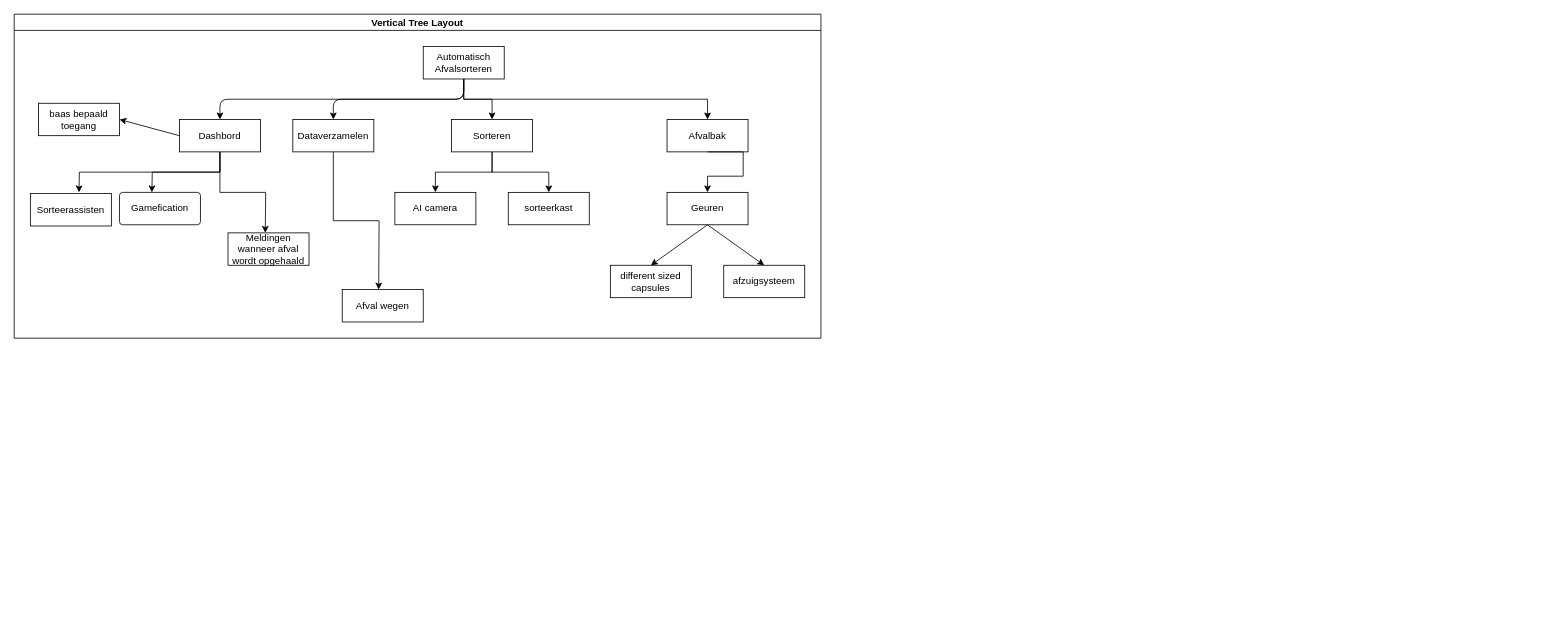
This is Diagram zonder titel.drawio from RA1035813/Skill, a draw.io file, before an edit. Source tidied: cells renumbered, new cells numbered last; positions are measured from the earlier drawing's top-left corner, leaving out a move shared by most shapes. Both pictures are drawn from the tidied source at 81%, with x=0, y=0 at pixel (14, 14).
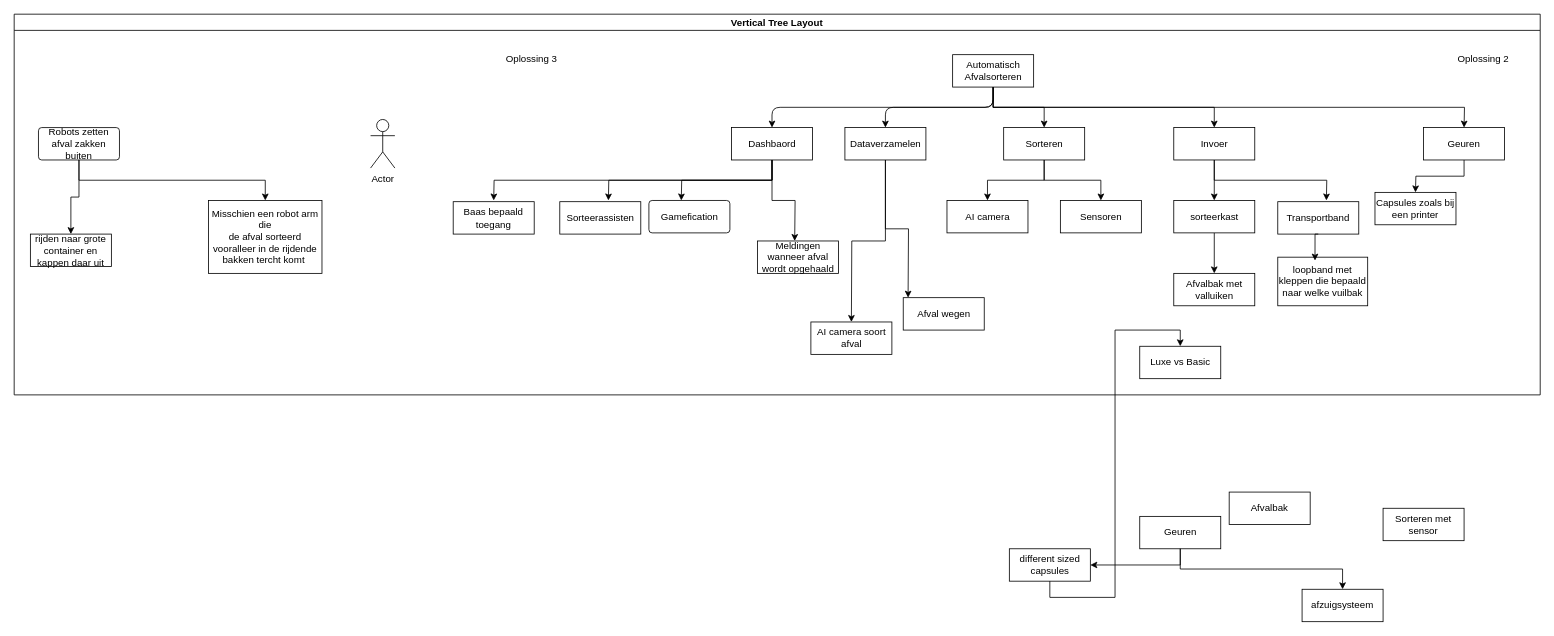
Above is the later version.

What changed in the source:
```diff
@@
     <mxCell id="2" value="Vertical Tree Layout" style="swimlane;startSize=20;horizontal=1;horizontalTree=0;sortEdges=1;containerType=tree;fontSize=12;" parent="1" vertex="1">
-      <mxGeometry width="996" height="400" as="geometry" />
+      <mxGeometry width="1884" height="470" as="geometry" />
     </mxCell>
@@
-    <mxCell id="4" style="edgeStyle=orthogonalEdgeStyle;rounded=0;jettySize=auto;html=1;exitX=0.5;exitY=1;exitDx=0;exitDy=0;" parent="2" edge="1" source="5" target="21">
-      <mxGeometry relative="1" as="geometry" />
-    </mxCell>
+    <mxCell id="32" style="edgeStyle=orthogonalEdgeStyle;rounded=0;jettySize=auto;html=1;exitX=0.5;exitY=1;exitDx=0;exitDy=0;entryX=0.5;entryY=0;entryDx=0;entryDy=0;" parent="2" edge="1" source="5" target="53">
+      <mxGeometry relative="1" as="geometry" />
+    </mxCell>
+    <mxCell id="33" style="edgeStyle=orthogonalEdgeStyle;rounded=0;jettySize=auto;html=1;exitX=0.5;exitY=1;exitDx=0;exitDy=0;" parent="2" edge="1" source="5">
+      <mxGeometry relative="1" as="geometry">
+        <mxPoint x="1790" y="140" as="targetPoint" />
+      </mxGeometry>
+    </mxCell>
     <mxCell id="5" value="Automatisch Afvalsorteren" style="whiteSpace=wrap;html=1;" parent="2" vertex="1">
-      <mxGeometry x="505" y="40" width="100" height="40" as="geometry" />
+      <mxGeometry x="1158.6" y="50" width="100" height="40" as="geometry" />
     </mxCell>
     <mxCell id="6" style="edgeStyle=orthogonalEdgeStyle;rounded=0;jettySize=auto;html=1;exitX=0.5;exitY=1;exitDx=0;exitDy=0;" parent="2" edge="1" source="8">
       <mxGeometry relative="1" as="geometry">
-        <mxPoint x="80" y="220" as="targetPoint" />
+        <mxPoint x="733.6" y="230" as="targetPoint" />
       </mxGeometry>
     </mxCell>
     <mxCell id="7" style="edgeStyle=orthogonalEdgeStyle;rounded=0;jettySize=auto;html=1;exitX=0.5;exitY=1;exitDx=0;exitDy=0;" parent="2" edge="1" source="8">
       <mxGeometry relative="1" as="geometry">
-        <mxPoint x="310" y="270" as="targetPoint" />
+        <mxPoint x="963.6" y="280" as="targetPoint" />
       </mxGeometry>
     </mxCell>
+    <mxCell id="34" style="edgeStyle=orthogonalEdgeStyle;rounded=0;jettySize=auto;html=1;exitX=0.5;exitY=1;exitDx=0;exitDy=0;" parent="2" edge="1" source="8">
+      <mxGeometry relative="1" as="geometry">
+        <mxPoint x="592" y="230" as="targetPoint" />
+      </mxGeometry>
+    </mxCell>
-    <mxCell id="8" value="Dashbord" style="whiteSpace=wrap;html=1;" parent="2" vertex="1">
-      <mxGeometry x="204" y="130" width="100" height="40" as="geometry" />
+    <mxCell id="8" value="Dashbaord" style="whiteSpace=wrap;html=1;" parent="2" vertex="1">
+      <mxGeometry x="885.6" y="140" width="100" height="40" as="geometry" />
     </mxCell>
@@
     <mxCell id="10" style="edgeStyle=orthogonalEdgeStyle;rounded=0;jettySize=auto;html=1;exitX=0.5;exitY=1;exitDx=0;exitDy=0;" parent="2" edge="1" source="11">
       <mxGeometry relative="1" as="geometry">
-        <mxPoint x="450" y="340" as="targetPoint" />
+        <mxPoint x="1103.6" y="350" as="targetPoint" />
       </mxGeometry>
     </mxCell>
+    <mxCell id="35" style="edgeStyle=orthogonalEdgeStyle;rounded=0;jettySize=auto;html=1;exitX=0.5;exitY=1;exitDx=0;exitDy=0;" parent="2" edge="1" source="11">
+      <mxGeometry relative="1" as="geometry">
+        <mxPoint x="1033.6" y="380" as="targetPoint" />
+      </mxGeometry>
+    </mxCell>
     <mxCell id="11" value="Dataverzamelen" style="whiteSpace=wrap;html=1;" parent="2" vertex="1">
-      <mxGeometry x="344" y="130" width="100" height="40" as="geometry" />
+      <mxGeometry x="1025.6" y="140" width="100" height="40" as="geometry" />
     </mxCell>
@@
     <mxCell id="13" value="Gamefication" style="rounded=1;arcSize=10;whiteSpace=wrap;html=1;align=center;" parent="2" vertex="1">
-      <mxGeometry x="130" y="220" width="100" height="40" as="geometry" />
+      <mxGeometry x="783.6" y="230" width="100" height="40" as="geometry" />
     </mxCell>
     <mxCell id="14" style="edgeStyle=orthogonalEdgeStyle;rounded=0;jettySize=auto;html=1;exitX=0.5;exitY=1;exitDx=0;exitDy=0;" parent="2" edge="1" source="8">
       <mxGeometry relative="1" as="geometry">
-        <mxPoint x="170" y="220" as="targetPoint" />
+        <mxPoint x="823.6" y="230" as="targetPoint" />
       </mxGeometry>
     </mxCell>
@@
-    <mxCell id="16" style="edgeStyle=orthogonalEdgeStyle;rounded=0;jettySize=auto;html=1;exitX=0.5;exitY=1;exitDx=0;exitDy=0;entryX=0.5;entryY=0;entryDx=0;entryDy=0;" parent="2" edge="1" source="17" target="20">
-      <mxGeometry relative="1" as="geometry" />
-    </mxCell>
+    <mxCell id="36" style="edgeStyle=orthogonalEdgeStyle;rounded=0;jettySize=auto;html=1;exitX=0.5;exitY=1;exitDx=0;exitDy=0;entryX=0.5;entryY=0;entryDx=0;entryDy=0;" parent="2" edge="1" source="17" target="48">
+      <mxGeometry relative="1" as="geometry" />
+    </mxCell>
     <mxCell id="17" value="Sorteren" style="whiteSpace=wrap;html=1;align=center;" parent="2" vertex="1">
-      <mxGeometry x="540" y="130" width="100" height="40" as="geometry" />
+      <mxGeometry x="1221.6" y="140" width="100" height="40" as="geometry" />
     </mxCell>
     <mxCell id="18" value="AI camera" style="whiteSpace=wrap;html=1;align=center;" parent="2" vertex="1">
-      <mxGeometry x="470" y="220" width="100" height="40" as="geometry" />
+      <mxGeometry x="1151.6" y="230" width="100" height="40" as="geometry" />
     </mxCell>
     <mxCell id="19" value="Afval wegen" style="whiteSpace=wrap;html=1;align=center;" parent="2" vertex="1">
-      <mxGeometry x="405" y="340" width="100" height="40" as="geometry" />
+      <mxGeometry x="1097.6" y="350" width="100" height="40" as="geometry" />
     </mxCell>
+    <mxCell id="24" value="Sorteerassisten" style="whiteSpace=wrap;html=1;align=center;" parent="2" vertex="1">
+      <mxGeometry x="673.6" y="231.5" width="100" height="40" as="geometry" />
+    </mxCell>
+    <mxCell id="29" value="Meldingen wanneer afval wordt opgehaald" style="whiteSpace=wrap;html=1;align=center;" parent="2" vertex="1">
+      <mxGeometry x="917.6" y="280" width="100" height="40" as="geometry" />
+    </mxCell>
+    <mxCell id="37" value="AI camera soort afval" style="whiteSpace=wrap;html=1;align=center;" parent="2" vertex="1">
+      <mxGeometry x="983.6" y="380" width="100" height="40" as="geometry" />
+    </mxCell>
+    <mxCell id="38" value="Oplossing 2" style="text;html=1;whiteSpace=wrap;strokeColor=none;fillColor=none;align=center;verticalAlign=middle;rounded=0;" parent="2" vertex="1">
+      <mxGeometry x="1763.6" y="40" width="100" height="30" as="geometry" />
+    </mxCell>
+    <mxCell id="39" value="Baas bepaald toegang" style="whiteSpace=wrap;html=1;align=center;" parent="2" vertex="1">
+      <mxGeometry x="542" y="231.5" width="100" height="40" as="geometry" />
+    </mxCell>
+    <mxCell id="40" style="edgeStyle=orthogonalEdgeStyle;rounded=0;jettySize=auto;html=1;exitX=0.5;exitY=1;exitDx=0;exitDy=0;entryX=0.5;entryY=0;entryDx=0;entryDy=0;" parent="2" edge="1" source="42" target="44">
+      <mxGeometry relative="1" as="geometry" />
+    </mxCell>
+    <mxCell id="41" style="edgeStyle=orthogonalEdgeStyle;rounded=0;jettySize=auto;html=1;exitX=0.5;exitY=1;exitDx=0;exitDy=0;" parent="2" edge="1" source="42" target="45">
+      <mxGeometry relative="1" as="geometry" />
+    </mxCell>
+    <mxCell id="42" value="Robots zetten afval zakken buiten" style="rounded=1;arcSize=10;whiteSpace=wrap;html=1;align=center;" parent="2" vertex="1">
+      <mxGeometry x="30" y="140" width="100" height="40" as="geometry" />
+    </mxCell>
+    <mxCell id="43" value="Oplossing 3" style="text;html=1;whiteSpace=wrap;strokeColor=none;fillColor=none;align=center;verticalAlign=middle;rounded=0;" parent="2" vertex="1">
+      <mxGeometry x="598" y="40" width="82" height="30" as="geometry" />
+    </mxCell>
+    <mxCell id="44" value="rijden naar grote container en kappen daar uit" style="whiteSpace=wrap;html=1;align=center;" parent="2" vertex="1">
+      <mxGeometry x="20" y="271.5" width="100" height="40" as="geometry" />
+    </mxCell>
+    <mxCell id="45" value="Misschien een robot arm die&lt;div&gt;de afval sorteerd vooralleer in de rijdende bakken tercht komt&amp;nbsp;&lt;/div&gt;" style="whiteSpace=wrap;html=1;align=center;" parent="2" vertex="1">
+      <mxGeometry x="240" y="230" width="140" height="90" as="geometry" />
+    </mxCell>
+    <mxCell id="46" value="Afvalbak met valluiken" style="whiteSpace=wrap;html=1;align=center;" parent="2" vertex="1">
+      <mxGeometry x="1431.6" y="320" width="100" height="40" as="geometry" />
+    </mxCell>
+    <mxCell id="47" value="loopband met kleppen die bepaald naar welke vuilbak" style="whiteSpace=wrap;html=1;align=center;" parent="2" vertex="1">
+      <mxGeometry x="1560" y="300" width="111" height="60" as="geometry" />
+    </mxCell>
+    <mxCell id="48" value="Sensoren" style="whiteSpace=wrap;html=1;align=center;" parent="2" vertex="1">
+      <mxGeometry x="1291.6" y="230" width="100" height="40" as="geometry" />
+    </mxCell>
+    <mxCell id="49" value="Actor" style="shape=umlActor;verticalLabelPosition=bottom;verticalAlign=top;html=1;" parent="2" vertex="1">
+      <mxGeometry x="440" y="130" width="30" height="60" as="geometry" />
+    </mxCell>
+    <mxCell id="50" value="Luxe vs Basic" style="whiteSpace=wrap;html=1;align=center;" parent="2" vertex="1">
+      <mxGeometry x="1389.6" y="410" width="100" height="40" as="geometry" />
+    </mxCell>
+    <mxCell id="51" style="edgeStyle=orthogonalEdgeStyle;rounded=0;jettySize=auto;html=1;exitX=0.5;exitY=1;exitDx=0;exitDy=0;" parent="2" edge="1" source="53" target="20">
+      <mxGeometry relative="1" as="geometry" />
+    </mxCell>
+    <mxCell id="52" style="edgeStyle=orthogonalEdgeStyle;rounded=0;jettySize=auto;html=1;exitX=0.5;exitY=1;exitDx=0;exitDy=0;" parent="2" edge="1" source="53">
+      <mxGeometry relative="1" as="geometry">
+        <mxPoint x="1620" y="230" as="targetPoint" />
+      </mxGeometry>
+    </mxCell>
+    <mxCell id="53" value="Invoer" style="whiteSpace=wrap;html=1;align=center;" parent="2" vertex="1">
+      <mxGeometry x="1431.6" y="140" width="100" height="40" as="geometry" />
+    </mxCell>
+    <mxCell id="54" style="edgeStyle=orthogonalEdgeStyle;rounded=0;jettySize=auto;html=1;exitX=0.5;exitY=1;exitDx=0;exitDy=0;entryX=0.5;entryY=0;entryDx=0;entryDy=0;" parent="2" edge="1" source="20" target="46">
+      <mxGeometry relative="1" as="geometry" />
+    </mxCell>
     <mxCell id="20" value="sorteerkast" style="whiteSpace=wrap;html=1;align=center;" parent="2" vertex="1">
-      <mxGeometry x="610" y="220" width="100" height="40" as="geometry" />
+      <mxGeometry x="1431.6" y="230" width="100" height="40" as="geometry" />
     </mxCell>
-    <mxCell id="21" value="Afvalbak" style="whiteSpace=wrap;html=1;align=center;" parent="2" vertex="1">
-      <mxGeometry x="806" y="130" width="100" height="40" as="geometry" />
-    </mxCell>
+    <mxCell id="55" value="Transportband" style="whiteSpace=wrap;html=1;align=center;" parent="2" vertex="1">
+      <mxGeometry x="1560" y="231.5" width="100" height="40" as="geometry" />
+    </mxCell>
+    <mxCell id="56" style="edgeStyle=orthogonalEdgeStyle;rounded=0;jettySize=auto;html=1;exitX=0.5;exitY=1;exitDx=0;exitDy=0;entryX=0.414;entryY=0.07;entryDx=0;entryDy=0;entryPerimeter=0;" parent="2" edge="1" source="55" target="47">
+      <mxGeometry relative="1" as="geometry" />
+    </mxCell>
+    <mxCell id="57" style="edgeStyle=orthogonalEdgeStyle;rounded=0;jettySize=auto;html=1;exitX=0.5;exitY=1;exitDx=0;exitDy=0;" parent="2" edge="1" source="58">
+      <mxGeometry relative="1" as="geometry">
+        <mxPoint x="1730" y="220" as="targetPoint" />
+      </mxGeometry>
+    </mxCell>
+    <mxCell id="58" value="Geuren" style="whiteSpace=wrap;html=1;align=center;" parent="2" vertex="1">
+      <mxGeometry x="1740" y="140" width="100" height="40" as="geometry" />
+    </mxCell>
+    <mxCell id="59" value="Capsules zoals bij een printer" style="whiteSpace=wrap;html=1;align=center;" parent="2" vertex="1">
+      <mxGeometry x="1680" y="220" width="100" height="40" as="geometry" />
+    </mxCell>
+    <mxCell id="25" value="Geuren" style="whiteSpace=wrap;html=1;align=center;" parent="1" vertex="1">
+      <mxGeometry x="1389.6" y="620" width="100" height="40" as="geometry" />
+    </mxCell>
+    <mxCell id="27" style="edgeStyle=orthogonalEdgeStyle;rounded=0;jettySize=auto;html=1;exitX=0.5;exitY=1;exitDx=0;exitDy=0;" parent="1" edge="1" source="25" target="22">
+      <mxGeometry relative="1" as="geometry" />
+    </mxCell>
+    <mxCell id="28" style="edgeStyle=orthogonalEdgeStyle;rounded=0;jettySize=auto;html=1;exitX=0.5;exitY=1;exitDx=0;exitDy=0;entryX=0.5;entryY=0;entryDx=0;entryDy=0;" parent="1" edge="1" source="25" target="23">
+      <mxGeometry relative="1" as="geometry" />
+    </mxCell>
-    <mxCell id="22" value="different sized capsules" style="whiteSpace=wrap;html=1;align=center;" parent="2" vertex="1">
-      <mxGeometry x="736" y="310" width="100" height="40" as="geometry" />
+    <mxCell id="22" value="different sized capsules" style="whiteSpace=wrap;html=1;align=center;" parent="1" vertex="1">
+      <mxGeometry x="1228.6" y="660" width="100" height="40" as="geometry" />
     </mxCell>
-    <mxCell id="23" value="afzuigsysteem" style="whiteSpace=wrap;html=1;align=center;" parent="2" vertex="1">
-      <mxGeometry x="876" y="310" width="100" height="40" as="geometry" />
+    <mxCell id="23" value="afzuigsysteem" style="whiteSpace=wrap;html=1;align=center;" parent="1" vertex="1">
+      <mxGeometry x="1590" y="710" width="100" height="40" as="geometry" />
     </mxCell>
-    <mxCell id="24" value="Sorteerassisten" style="whiteSpace=wrap;html=1;align=center;" parent="2" vertex="1">
-      <mxGeometry x="20" y="221.5" width="100" height="40" as="geometry" />
-    </mxCell>
-    <mxCell id="25" value="Geuren" style="whiteSpace=wrap;html=1;align=center;" parent="2" vertex="1">
-      <mxGeometry x="806" y="220" width="100" height="40" as="geometry" />
-    </mxCell>
-    <mxCell id="26" style="edgeStyle=orthogonalEdgeStyle;rounded=0;jettySize=auto;html=1;exitX=0.5;exitY=1;exitDx=0;exitDy=0;" parent="2" edge="1" source="21" target="25">
-      <mxGeometry relative="1" as="geometry">
-        <Array as="points">
-          <mxPoint x="900" y="170" />
-          <mxPoint x="900" y="200" />
-          <mxPoint x="856" y="200" />
-        </Array>
-      </mxGeometry>
-    </mxCell>
-    <mxCell id="27" style="endArrow=classic;html=1;rounded=0;exitX=0.5;exitY=1;exitDx=0;exitDy=0;entryX=0.5;entryY=0;entryDx=0;entryDy=0;" parent="2" edge="1" source="25" target="22">
-      <mxGeometry relative="1" as="geometry" />
-    </mxCell>
-    <mxCell id="28" style="endArrow=classic;html=1;rounded=0;exitX=0.5;exitY=1;exitDx=0;exitDy=0;entryX=0.5;entryY=0;entryDx=0;entryDy=0;" parent="2" edge="1" source="25" target="23">
-      <mxGeometry relative="1" as="geometry" />
-    </mxCell>
-    <mxCell id="29" value="Meldingen wanneer afval wordt opgehaald" style="whiteSpace=wrap;html=1;align=center;" parent="2" vertex="1">
-      <mxGeometry x="264" y="270" width="100" height="40" as="geometry" />
-    </mxCell>
-    <mxCell id="30" value="baas bepaald toegang" style="whiteSpace=wrap;html=1;align=center;" parent="2" vertex="1">
-      <mxGeometry x="30" y="110" width="100" height="40" as="geometry" />
-    </mxCell>
-    <mxCell id="31" style="endArrow=classic;html=1;rounded=0;exitX=0;exitY=0.5;exitDx=0;exitDy=0;entryX=1;entryY=0.5;entryDx=0;entryDy=0;" parent="2" edge="1" source="8" target="30">
-      <mxGeometry relative="1" as="geometry" />
-    </mxCell>
+    <mxCell id="21" value="Afvalbak" style="whiteSpace=wrap;html=1;align=center;" parent="1" vertex="1">
+      <mxGeometry x="1500" y="590" width="100" height="40" as="geometry" />
+    </mxCell>
+    <mxCell id="60" value="Sorteren met sensor" style="whiteSpace=wrap;html=1;align=center;" parent="1" vertex="1">
+      <mxGeometry x="1690" y="610" width="100" height="40" as="geometry" />
+    </mxCell>
+    <mxCell id="61" style="edgeStyle=orthogonalEdgeStyle;rounded=0;jettySize=auto;html=1;exitX=0.5;exitY=1;exitDx=0;exitDy=0;entryX=0.5;entryY=0;entryDx=0;entryDy=0;" parent="1" edge="1" source="22" target="50">
+      <mxGeometry relative="1" as="geometry" />
+    </mxCell>
```
